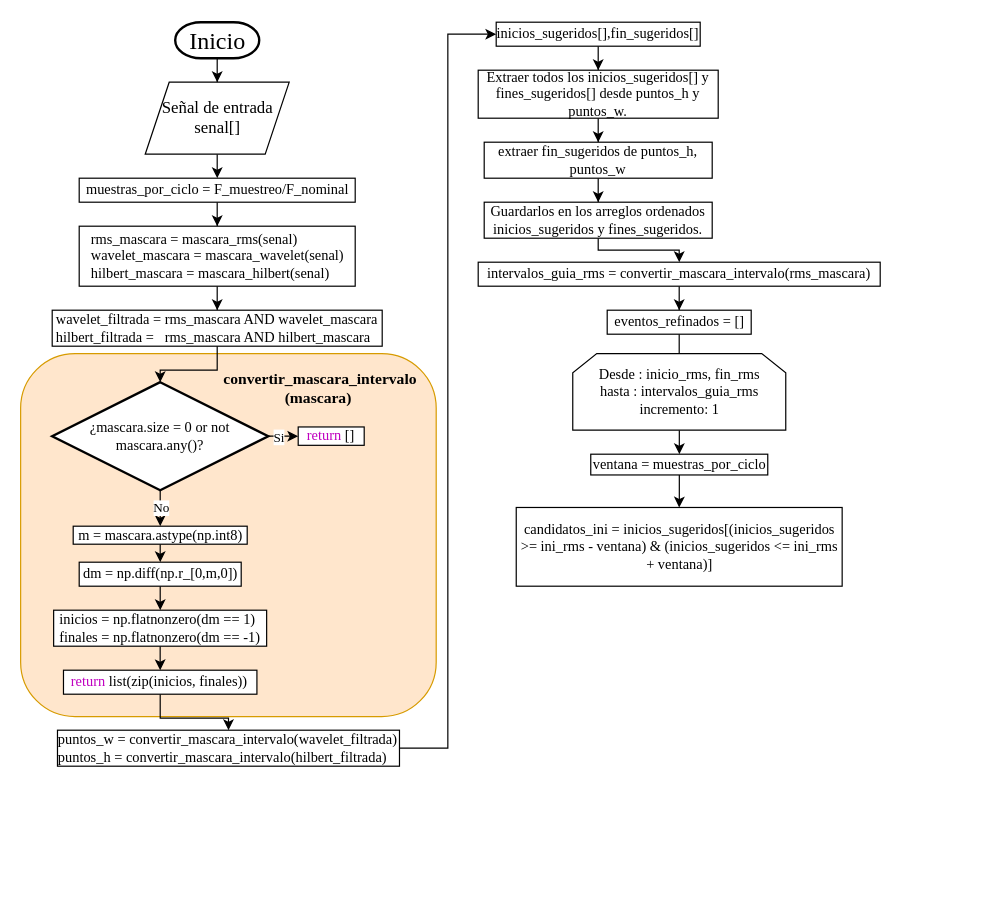
Before: Diagramas_Flujo/Diagrama_Flujo_Hibrido.drawio in SGOLDYT/Power-Quality, a draw.io diagram. Source tidied: cells renumbered, new cells numbered last; positions are measured from the earlier drawing's top-left corner, leaving out a move shared by most shapes. Both pictures are drawn from the tidied source at 120%, with x=0, y=0 at pixel (20, 22).
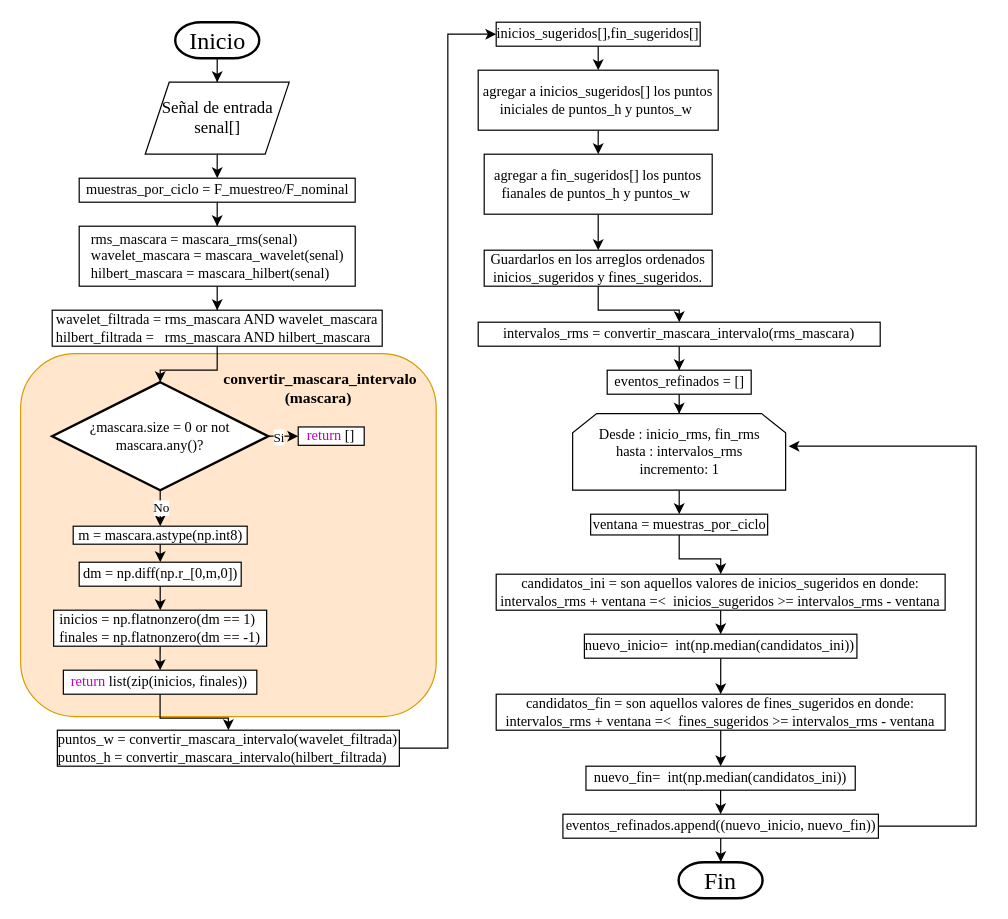
The same diagram, later.

The change refers to these unchanged cells:
```xml
<mxCell id="31" value="&lt;div style=&quot;text-align: justify;&quot;&gt;&lt;font face=&quot;Times New Roman&quot;&gt;inicios_sugeridos[],fin_sugeridos[]&lt;/font&gt;&lt;/div&gt;" style="rounded=0;whiteSpace=wrap;html=1;align=center;" parent="1" vertex="1">
  <mxGeometry x="396" width="170" height="20" as="geometry" />
</mxCell>
```

The edit, as a diff of the source:
```diff
@@
     <mxCell id="26" value="&lt;font face=&quot;Times New Roman&quot;&gt;&lt;font style=&quot;color: rgb(192, 0, 192);&quot;&gt;return&lt;/font&gt; list(zip(inicios, finales))&lt;/font&gt;" style="rounded=0;whiteSpace=wrap;html=1;align=center;" parent="1" vertex="1">
-      <mxGeometry x="35.4" y="540" width="161.2" height="20" as="geometry" />
+      <mxGeometry x="35.3" y="540" width="161.2" height="20" as="geometry" />
     </mxCell>
@@
     <mxCell id="29" value="&lt;div style=&quot;text-align: justify;&quot;&gt;&lt;font face=&quot;Times New Roman&quot;&gt;puntos_w = convertir_mascara_intervalo(wavelet_filtrada)&lt;/font&gt;&lt;/div&gt;&lt;div style=&quot;text-align: justify;&quot;&gt;&lt;font face=&quot;Times New Roman&quot;&gt;puntos_h = convertir_mascara_intervalo(hilbert_filtrada)&lt;/font&gt;&lt;/div&gt;" style="rounded=0;whiteSpace=wrap;html=1;align=center;" parent="1" vertex="1">
-      <mxGeometry x="30.4" y="590" width="285" height="30" as="geometry" />
+      <mxGeometry x="30.3" y="590" width="285" height="30" as="geometry" />
     </mxCell>
-    <mxCell id="30" style="edgeStyle=orthogonalEdgeStyle;rounded=0;jettySize=auto;html=1;entryX=0.5;entryY=0;entryDx=0;entryDy=0;" parent="1" edge="1" source="31" target="33">
-      <mxGeometry relative="1" as="geometry" />
-    </mxCell>
+    <mxCell id="47" style="edgeStyle=orthogonalEdgeStyle;rounded=0;jettySize=auto;html=1;exitX=0.5;exitY=1;exitDx=0;exitDy=0;entryX=0.5;entryY=0;entryDx=0;entryDy=0;" parent="1" edge="1" source="31" target="50">
+      <mxGeometry relative="1" as="geometry" />
+    </mxCell>
@@
-    <mxCell id="32" style="edgeStyle=orthogonalEdgeStyle;rounded=0;jettySize=auto;html=1;entryX=0.5;entryY=0;entryDx=0;entryDy=0;" parent="1" edge="1" source="33" target="35">
-      <mxGeometry relative="1" as="geometry" />
-    </mxCell>
-    <mxCell id="33" value="&lt;font face=&quot;Times New Roman&quot;&gt;Extraer todos los inicios_sugeridos[] y fines_sugeridos[] desde puntos_h y puntos_w.&lt;/font&gt;" style="rounded=0;whiteSpace=wrap;html=1;align=center;" parent="1" vertex="1">
-      <mxGeometry x="381" y="40" width="200" height="40" as="geometry" />
-    </mxCell>
@@
-    <mxCell id="35" value="&lt;font face=&quot;Times New Roman&quot;&gt;extraer fin_sugeridos de puntos_h, puntos_w&lt;/font&gt;" style="rounded=0;whiteSpace=wrap;html=1;align=center;" parent="1" vertex="1">
-      <mxGeometry x="386" y="100" width="190" height="30" as="geometry" />
+    <mxCell id="35" value="&lt;span style=&quot;font-family: &amp;quot;Times New Roman&amp;quot;;&quot;&gt;agregar a fin_sugeridos[] los puntos fianales de puntos_h y puntos_w&amp;nbsp;&lt;/span&gt;" style="rounded=0;whiteSpace=wrap;html=1;align=center;" parent="1" vertex="1">
+      <mxGeometry x="386" y="110" width="190" height="50" as="geometry" />
     </mxCell>
-    <mxCell id="36" style="edgeStyle=orthogonalEdgeStyle;rounded=0;jettySize=auto;html=1;exitX=0.5;exitY=1;exitDx=0;exitDy=0;entryX=0.5;entryY=0;entryDx=0;entryDy=0;" parent="1" edge="1" source="37" target="39">
-      <mxGeometry relative="1" as="geometry">
-        <Array as="points">
-          <mxPoint x="481" y="190" />
-          <mxPoint x="549" y="190" />
-        </Array>
-      </mxGeometry>
+    <mxCell id="36" style="edgeStyle=orthogonalEdgeStyle;rounded=0;jettySize=auto;html=1;entryX=0.5;entryY=0;entryDx=0;entryDy=0;" parent="1" edge="1" source="37" target="39">
+      <mxGeometry relative="1" as="geometry" />
     </mxCell>
     <mxCell id="37" value="&lt;font face=&quot;Times New Roman&quot;&gt;Guardarlos en los arreglos ordenados inicios_sugeridos y fines_sugeridos.&lt;/font&gt;" style="rounded=0;whiteSpace=wrap;html=1;align=center;" parent="1" vertex="1">
-      <mxGeometry x="386" y="150" width="190" height="30" as="geometry" />
+      <mxGeometry x="386" y="190" width="190" height="30" as="geometry" />
     </mxCell>
@@
-    <mxCell id="39" value="&lt;font face=&quot;Times New Roman&quot;&gt;intervalos_guia_rms = convertir_mascara_intervalo(rms_mascara)&lt;/font&gt;" style="rounded=0;whiteSpace=wrap;html=1;" parent="1" vertex="1">
-      <mxGeometry x="381" y="200" width="335" height="20" as="geometry" />
+    <mxCell id="39" value="&lt;font face=&quot;Times New Roman&quot;&gt;intervalos_rms = convertir_mascara_intervalo(rms_mascara)&lt;/font&gt;" style="rounded=0;whiteSpace=wrap;html=1;" parent="1" vertex="1">
+      <mxGeometry x="381" y="250" width="335" height="20" as="geometry" />
     </mxCell>
@@
     <mxCell id="41" value="&lt;font face=&quot;Times New Roman&quot;&gt;eventos_refinados = []&lt;/font&gt;" style="rounded=0;whiteSpace=wrap;html=1;" parent="1" vertex="1">
-      <mxGeometry x="488.5" y="240" width="120" height="20" as="geometry" />
+      <mxGeometry x="488.5" y="290" width="120" height="20" as="geometry" />
     </mxCell>
@@
-    <mxCell id="43" value="&lt;font face=&quot;Times New Roman&quot;&gt;Desde : inicio_rms, fin_rms&lt;/font&gt;&lt;div&gt;&lt;font face=&quot;Times New Roman&quot;&gt;hasta : intervalos_guia_rms&lt;/font&gt;&lt;/div&gt;&lt;div&gt;&lt;font face=&quot;Times New Roman&quot;&gt;incremento: 1&lt;/font&gt;&lt;/div&gt;" style="shape=loopLimit;whiteSpace=wrap;html=1;" parent="1" vertex="1">
-      <mxGeometry x="459.8" y="276.2" width="177.5" height="63.8" as="geometry" />
+    <mxCell id="43" value="&lt;font face=&quot;Times New Roman&quot;&gt;Desde : inicio_rms, fin_rms&lt;/font&gt;&lt;div&gt;&lt;font face=&quot;Times New Roman&quot;&gt;hasta : intervalos_rms&lt;/font&gt;&lt;/div&gt;&lt;div&gt;&lt;font face=&quot;Times New Roman&quot;&gt;incremento: 1&lt;/font&gt;&lt;/div&gt;" style="shape=loopLimit;whiteSpace=wrap;html=1;" parent="1" vertex="1">
+      <mxGeometry x="459.7" y="326.2" width="177.5" height="63.8" as="geometry" />
     </mxCell>
@@
     <mxCell id="45" value="&lt;font face=&quot;Times New Roman&quot;&gt;ventana = muestras_por_ciclo&lt;/font&gt;" style="rounded=0;whiteSpace=wrap;html=1;" parent="1" vertex="1">
-      <mxGeometry x="474.8" y="360" width="147.5" height="17.3" as="geometry" />
+      <mxGeometry x="474.7" y="410" width="147.5" height="17.3" as="geometry" />
     </mxCell>
+    <mxCell id="48" style="edgeStyle=orthogonalEdgeStyle;rounded=0;jettySize=auto;html=1;exitX=0.5;exitY=1;exitDx=0;exitDy=0;" parent="1" edge="1" source="46" target="52">
+      <mxGeometry relative="1" as="geometry" />
+    </mxCell>
-    <mxCell id="46" value="&lt;span style=&quot;text-align: left;&quot;&gt;&lt;font face=&quot;Times New Roman&quot;&gt;candidatos_ini = inicios_sugeridos[(inicios_sugeridos &amp;gt;= ini_rms - ventana) &amp;amp; (inicios_sugeridos &amp;lt;= ini_rms + ventana)]&lt;/font&gt;&lt;/span&gt;" style="rounded=0;whiteSpace=wrap;html=1;" parent="1" vertex="1">
-      <mxGeometry x="412.7" y="404.4" width="271.6" height="65.6" as="geometry" />
+    <mxCell id="46" value="&lt;div&gt;&lt;span style=&quot;text-align: left;&quot;&gt;&lt;font face=&quot;Times New Roman&quot;&gt;&lt;br&gt;&lt;/font&gt;&lt;/span&gt;&lt;/div&gt;&lt;span style=&quot;text-align: left;&quot;&gt;&lt;font face=&quot;Times New Roman&quot;&gt;&lt;div&gt;&lt;span style=&quot;text-align: left;&quot;&gt;&lt;font face=&quot;Times New Roman&quot;&gt;&lt;br&gt;&lt;/font&gt;&lt;/span&gt;&lt;/div&gt;&lt;div&gt;&lt;span style=&quot;text-align: left;&quot;&gt;&lt;font face=&quot;Times New Roman&quot;&gt;&lt;br&gt;&lt;/font&gt;&lt;/span&gt;&lt;/div&gt;candidatos_ini = son aquellos valores de inicios_sugeridos en donde:&lt;/font&gt;&lt;/span&gt;&lt;div style=&quot;text-align: left;&quot;&gt;&lt;span style=&quot;font-family: &amp;quot;Times New Roman&amp;quot;; background-color: transparent; color: light-dark(rgb(0, 0, 0), rgb(255, 255, 255)); text-align: center;&quot;&gt;intervalos_rms&amp;nbsp;&lt;/span&gt;&lt;font style=&quot;background-color: transparent; color: light-dark(rgb(0, 0, 0), rgb(255, 255, 255));&quot; face=&quot;Times New Roman&quot;&gt;+ ventana =&amp;lt;&amp;nbsp; inicios_sugeridos &amp;gt;=&amp;nbsp;&lt;/font&gt;&lt;span style=&quot;background-color: transparent; color: light-dark(rgb(0, 0, 0), rgb(255, 255, 255)); font-family: &amp;quot;Times New Roman&amp;quot;; text-align: center;&quot;&gt;intervalos_rms - ventana&lt;/span&gt;&lt;/div&gt;&lt;div&gt;&lt;span style=&quot;font-family: &amp;quot;Times New Roman&amp;quot;; text-align: left; background-color: transparent; color: light-dark(rgb(0, 0, 0), rgb(255, 255, 255)); white-space: pre;&quot;&gt;&#9;&lt;/span&gt;&lt;div&gt;&lt;div style=&quot;text-align: left;&quot;&gt;&lt;font face=&quot;Times New Roman&quot;&gt;&amp;nbsp;&lt;/font&gt;&lt;/div&gt;&lt;div&gt;&lt;span style=&quot;text-align: left;&quot;&gt;&lt;font face=&quot;Times New Roman&quot;&gt;&lt;br&gt;&lt;/font&gt;&lt;/span&gt;&lt;/div&gt;&lt;/div&gt;&lt;/div&gt;" style="rounded=0;whiteSpace=wrap;html=1;" parent="1" vertex="1">
+      <mxGeometry x="396" y="460" width="374.1" height="30" as="geometry" />
     </mxCell>
+    <mxCell id="49" style="edgeStyle=orthogonalEdgeStyle;rounded=0;jettySize=auto;html=1;exitX=0.5;exitY=1;exitDx=0;exitDy=0;entryX=0.5;entryY=0;entryDx=0;entryDy=0;" parent="1" edge="1" source="50" target="35">
+      <mxGeometry relative="1" as="geometry" />
+    </mxCell>
+    <mxCell id="50" value="&lt;font face=&quot;Times New Roman&quot;&gt;agregar a inicios_sugeridos[] los puntos iniciales de puntos_h y puntos_w&amp;nbsp;&lt;/font&gt;" style="rounded=0;whiteSpace=wrap;html=1;align=center;" parent="1" vertex="1">
+      <mxGeometry x="381" y="40" width="200" height="50" as="geometry" />
+    </mxCell>
+    <mxCell id="51" style="edgeStyle=orthogonalEdgeStyle;rounded=0;jettySize=auto;html=1;entryX=0.5;entryY=0;entryDx=0;entryDy=0;" parent="1" edge="1" source="52" target="54">
+      <mxGeometry relative="1" as="geometry" />
+    </mxCell>
+    <mxCell id="52" value="&lt;div&gt;&lt;font face=&quot;Times New Roman&quot;&gt;&lt;br&gt;&lt;/font&gt;&lt;/div&gt;&lt;div&gt;&lt;font face=&quot;Times New Roman&quot;&gt;&lt;br&gt;&lt;/font&gt;&lt;/div&gt;&lt;span style=&quot;font-family: &amp;quot;Times New Roman&amp;quot;;&quot;&gt;nuevo_inicio&lt;/span&gt;&lt;font face=&quot;Times New Roman&quot;&gt;&lt;span style=&quot;text-align: left;&quot;&gt;=&amp;nbsp;&amp;nbsp;&lt;/span&gt;int(np.median(candidatos_ini))&lt;/font&gt;&lt;div&gt;&lt;div&gt;&lt;div style=&quot;text-align: left;&quot;&gt;&lt;font face=&quot;Times New Roman&quot;&gt;&amp;nbsp;&lt;/font&gt;&lt;/div&gt;&lt;div&gt;&lt;span style=&quot;text-align: left;&quot;&gt;&lt;font face=&quot;Times New Roman&quot;&gt;&lt;br&gt;&lt;/font&gt;&lt;/span&gt;&lt;/div&gt;&lt;/div&gt;&lt;/div&gt;" style="rounded=0;whiteSpace=wrap;html=1;" parent="1" vertex="1">
+      <mxGeometry x="469.5" y="510" width="227.1" height="20" as="geometry" />
+    </mxCell>
+    <mxCell id="53" style="edgeStyle=orthogonalEdgeStyle;rounded=0;jettySize=auto;html=1;entryX=0.5;entryY=0;entryDx=0;entryDy=0;" parent="1" edge="1" source="54" target="56">
+      <mxGeometry relative="1" as="geometry" />
+    </mxCell>
+    <mxCell id="54" value="&lt;div&gt;&lt;span style=&quot;text-align: left;&quot;&gt;&lt;font face=&quot;Times New Roman&quot;&gt;&lt;br&gt;&lt;/font&gt;&lt;/span&gt;&lt;/div&gt;&lt;span style=&quot;text-align: left;&quot;&gt;&lt;font face=&quot;Times New Roman&quot;&gt;&lt;div&gt;&lt;span style=&quot;text-align: left;&quot;&gt;&lt;font face=&quot;Times New Roman&quot;&gt;&lt;br&gt;&lt;/font&gt;&lt;/span&gt;&lt;/div&gt;&lt;div&gt;&lt;span style=&quot;text-align: left;&quot;&gt;&lt;font face=&quot;Times New Roman&quot;&gt;&lt;br&gt;&lt;/font&gt;&lt;/span&gt;&lt;/div&gt;candidatos_fin = son aquellos valores de fines_sugeridos en donde:&lt;/font&gt;&lt;/span&gt;&lt;div style=&quot;text-align: left;&quot;&gt;&lt;span style=&quot;font-family: &amp;quot;Times New Roman&amp;quot;; background-color: transparent; color: light-dark(rgb(0, 0, 0), rgb(255, 255, 255)); text-align: center;&quot;&gt;intervalos_rms&amp;nbsp;&lt;/span&gt;&lt;font style=&quot;background-color: transparent; color: light-dark(rgb(0, 0, 0), rgb(255, 255, 255));&quot; face=&quot;Times New Roman&quot;&gt;+ ventana =&amp;lt;&amp;nbsp; fines_sugeridos &amp;gt;=&amp;nbsp;&lt;/font&gt;&lt;span style=&quot;background-color: transparent; color: light-dark(rgb(0, 0, 0), rgb(255, 255, 255)); font-family: &amp;quot;Times New Roman&amp;quot;; text-align: center;&quot;&gt;intervalos_rms - ventana&lt;/span&gt;&lt;/div&gt;&lt;div&gt;&lt;span style=&quot;font-family: &amp;quot;Times New Roman&amp;quot;; text-align: left; background-color: transparent; color: light-dark(rgb(0, 0, 0), rgb(255, 255, 255)); white-space: pre;&quot;&gt;&#9;&lt;/span&gt;&lt;div&gt;&lt;div style=&quot;text-align: left;&quot;&gt;&lt;font face=&quot;Times New Roman&quot;&gt;&amp;nbsp;&lt;/font&gt;&lt;/div&gt;&lt;div&gt;&lt;span style=&quot;text-align: left;&quot;&gt;&lt;font face=&quot;Times New Roman&quot;&gt;&lt;br&gt;&lt;/font&gt;&lt;/span&gt;&lt;/div&gt;&lt;/div&gt;&lt;/div&gt;" style="rounded=0;whiteSpace=wrap;html=1;" parent="1" vertex="1">
+      <mxGeometry x="396" y="560" width="374.1" height="30" as="geometry" />
+    </mxCell>
+    <mxCell id="55" style="edgeStyle=orthogonalEdgeStyle;rounded=0;jettySize=auto;html=1;" parent="1" edge="1" source="56" target="57">
+      <mxGeometry relative="1" as="geometry" />
+    </mxCell>
+    <mxCell id="56" value="&lt;div&gt;&lt;font face=&quot;Times New Roman&quot;&gt;&lt;br&gt;&lt;/font&gt;&lt;/div&gt;&lt;div&gt;&lt;font face=&quot;Times New Roman&quot;&gt;&lt;br&gt;&lt;/font&gt;&lt;/div&gt;&lt;span style=&quot;font-family: &amp;quot;Times New Roman&amp;quot;;&quot;&gt;nuevo_fin&lt;/span&gt;&lt;font face=&quot;Times New Roman&quot;&gt;&lt;span style=&quot;text-align: left;&quot;&gt;=&amp;nbsp;&amp;nbsp;&lt;/span&gt;int(np.median(candidatos_ini))&lt;/font&gt;&lt;div&gt;&lt;div&gt;&lt;div style=&quot;text-align: left;&quot;&gt;&lt;font face=&quot;Times New Roman&quot;&gt;&amp;nbsp;&lt;/font&gt;&lt;/div&gt;&lt;div&gt;&lt;span style=&quot;text-align: left;&quot;&gt;&lt;font face=&quot;Times New Roman&quot;&gt;&lt;br&gt;&lt;/font&gt;&lt;/span&gt;&lt;/div&gt;&lt;/div&gt;&lt;/div&gt;" style="rounded=0;whiteSpace=wrap;html=1;" parent="1" vertex="1">
+      <mxGeometry x="470.8" y="620" width="224.4" height="20" as="geometry" />
+    </mxCell>
+    <mxCell id="57" value="&lt;div&gt;&lt;font face=&quot;Times New Roman&quot;&gt;eventos_refinados.append((nuevo_inicio, nuevo_fin))&lt;/font&gt;&lt;/div&gt;" style="rounded=0;whiteSpace=wrap;html=1;" parent="1" vertex="1">
+      <mxGeometry x="451.6" y="660" width="262.9" height="20" as="geometry" />
+    </mxCell>
+    <mxCell id="58" value="&lt;font style=&quot;font-size: 20px;&quot; face=&quot;Times New Roman&quot;&gt;Fin&lt;/font&gt;" style="strokeWidth=2;html=1;shape=mxgraph.flowchart.terminator;whiteSpace=wrap;" parent="1" vertex="1">
+      <mxGeometry x="548" y="700" width="70" height="30" as="geometry" />
+    </mxCell>
+    <mxCell id="59" style="edgeStyle=orthogonalEdgeStyle;rounded=0;jettySize=auto;html=1;entryX=0.5;entryY=0;entryDx=0;entryDy=0;entryPerimeter=0;" parent="1" edge="1" source="57" target="58">
+      <mxGeometry relative="1" as="geometry" />
+    </mxCell>
+    <mxCell id="60" style="edgeStyle=orthogonalEdgeStyle;rounded=0;jettySize=auto;html=1;entryX=1.014;entryY=0.425;entryDx=0;entryDy=0;entryPerimeter=0;" parent="1" edge="1" source="57" target="43">
+      <mxGeometry relative="1" as="geometry">
+        <Array as="points">
+          <mxPoint x="796" y="670" />
+          <mxPoint x="796" y="353" />
+        </Array>
+      </mxGeometry>
+    </mxCell>
```
